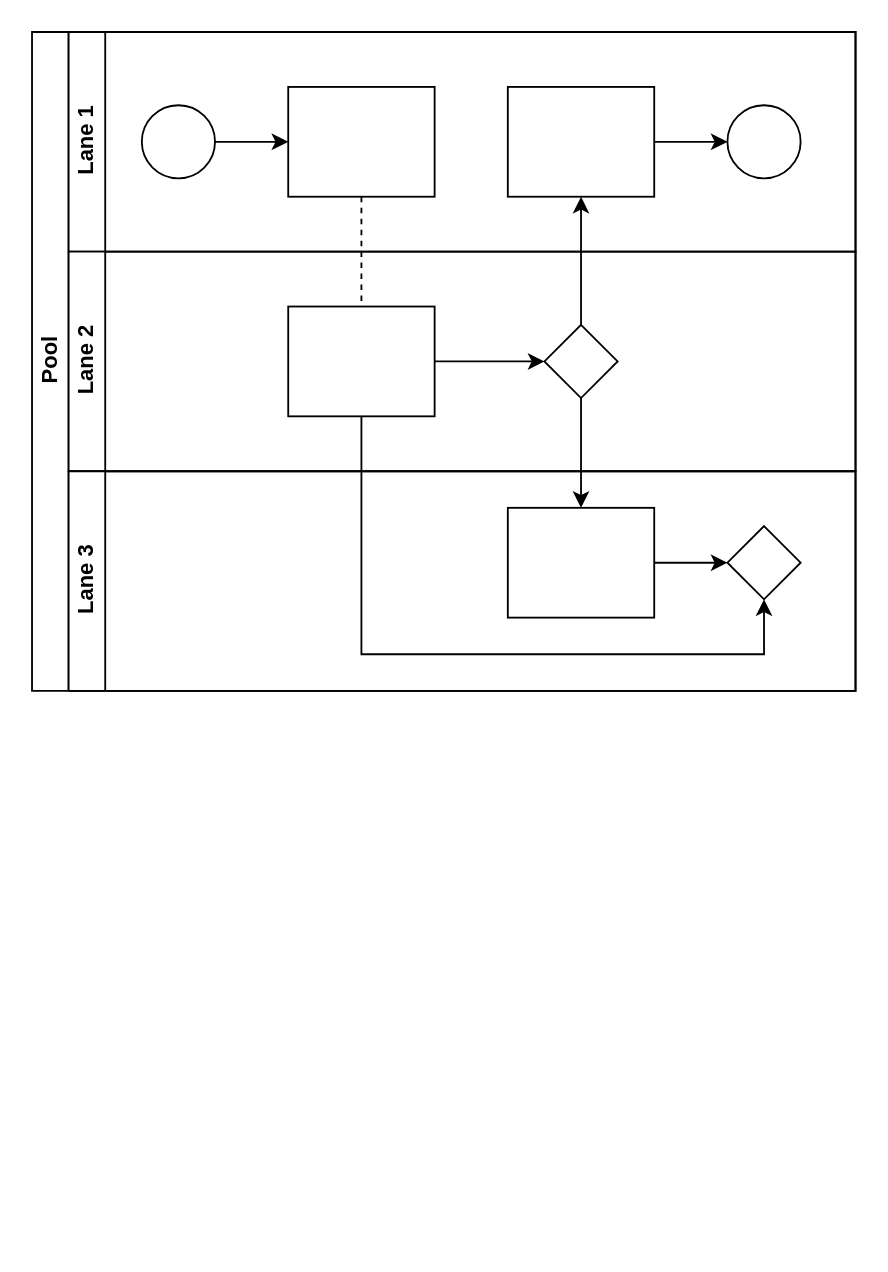
The draw.io diagram 评论回复 RPA.drawio in Lumiaqian/diagram, before the edit. Source tidied: cells renumbered, new cells numbered last; positions are measured from the earlier drawing's top-left corner, leaving out a move shared by most shapes. Both pictures are drawn from the tidied source at 183%, with x=0, y=0 at pixel (31, 31).
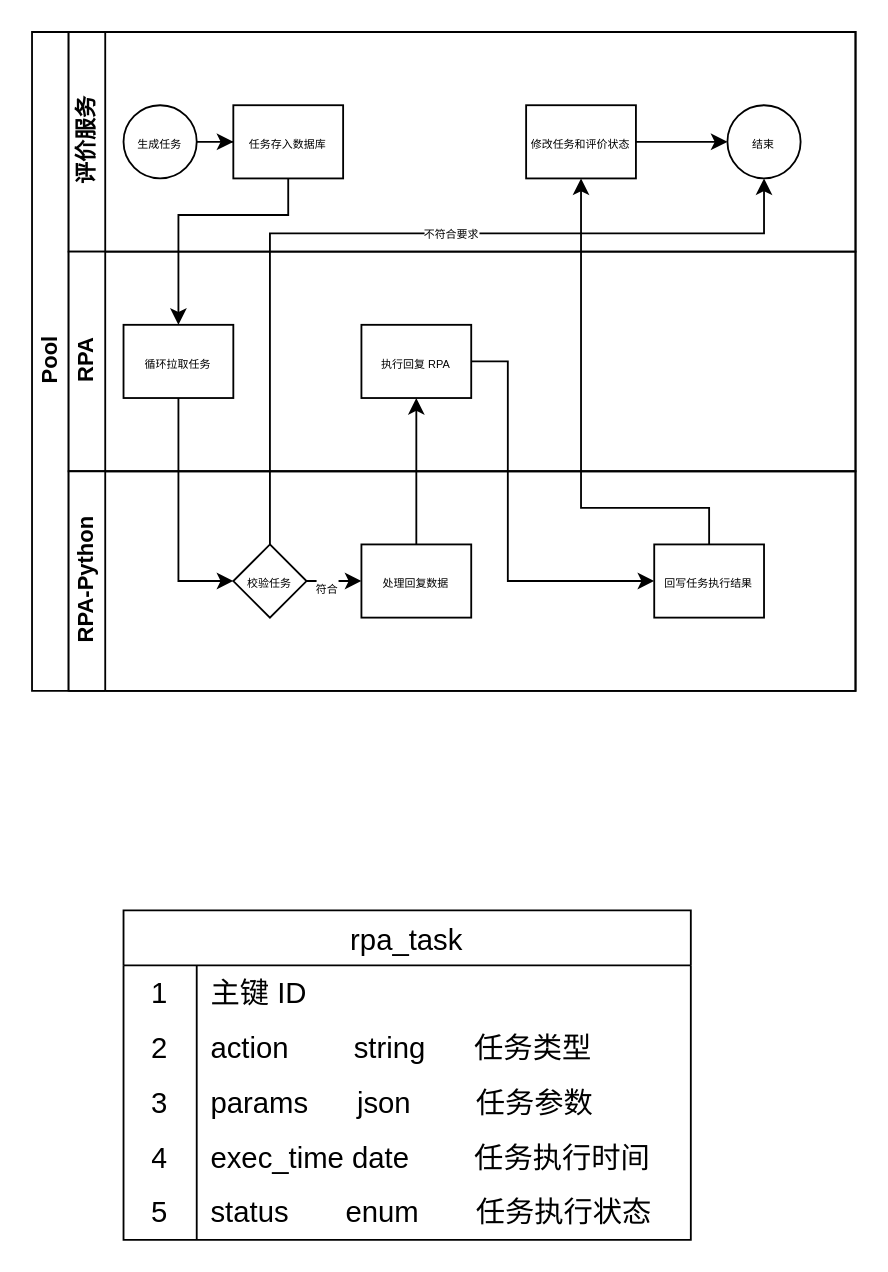
The same diagram, later.

Commit message:
更新评论回复 RPA.drawio

The change refers to these unchanged cells:
```xml
<mxCell id="2" value="Pool" style="swimlane;html=1;horizontal=0;startSize=20;" parent="1" vertex="1">
  <mxGeometry width="450" height="360" as="geometry" />
</mxCell>
```

The edit, as a diff of the source:
```diff
@@
-    <mxCell id="3" style="edgeStyle=orthogonalEdgeStyle;rounded=0;jettySize=auto;html=1;dashed=1;endArrow=none;endFill=0;" parent="2" edge="1" source="10" target="16">
-      <mxGeometry relative="1" as="geometry" />
-    </mxCell>
-    <mxCell id="4" style="edgeStyle=orthogonalEdgeStyle;rounded=0;jettySize=auto;html=1;endArrow=classic;endFill=1;" parent="2" edge="1" source="17" target="12">
-      <mxGeometry relative="1" as="geometry" />
-    </mxCell>
-    <mxCell id="5" style="edgeStyle=orthogonalEdgeStyle;rounded=0;jettySize=auto;html=1;endArrow=classic;endFill=1;" parent="2" edge="1" source="17" target="20">
-      <mxGeometry relative="1" as="geometry" />
-    </mxCell>
-    <mxCell id="6" style="edgeStyle=orthogonalEdgeStyle;rounded=0;jettySize=auto;html=1;endArrow=classic;endFill=1;" parent="2" edge="1" source="16" target="21">
-      <mxGeometry relative="1" as="geometry">
-        <Array as="points">
-          <mxPoint x="180" y="340" />
-          <mxPoint x="400" y="340" />
-        </Array>
-      </mxGeometry>
-    </mxCell>
-    <mxCell id="7" value="Lane 1" style="swimlane;html=1;startSize=20;horizontal=0;" parent="2" vertex="1">
+    <mxCell id="7" value="评价服务" style="swimlane;html=1;startSize=20;horizontal=0;" parent="2" vertex="1">
       <mxGeometry x="20" width="430" height="120" as="geometry" />
     </mxCell>
@@
-    <mxCell id="9" style="ellipse;whiteSpace=wrap;html=1;" parent="7" vertex="1">
-      <mxGeometry x="40" y="40" width="40" height="40" as="geometry" />
+    <mxCell id="9" value="&lt;font style=&quot;font-size: 6px;&quot;&gt;生成任务&lt;/font&gt;" style="ellipse;whiteSpace=wrap;html=1;" parent="7" vertex="1">
+      <mxGeometry x="30" y="40" width="40" height="40" as="geometry" />
     </mxCell>
-    <mxCell id="10" style="rounded=0;whiteSpace=wrap;html=1;fontFamily=Helvetica;fontSize=12;fontColor=#000000;align=center;" parent="7" vertex="1">
-      <mxGeometry x="120" y="30" width="80" height="60" as="geometry" />
+    <mxCell id="10" value="&lt;font style=&quot;font-size: 6px;&quot;&gt;任务存入数据库&lt;/font&gt;" style="rounded=0;whiteSpace=wrap;html=1;fontFamily=Helvetica;fontSize=12;fontColor=#000000;align=center;" parent="7" vertex="1">
+      <mxGeometry x="90" y="40" width="60" height="40" as="geometry" />
     </mxCell>
@@
-    <mxCell id="12" style="rounded=0;whiteSpace=wrap;html=1;fontFamily=Helvetica;fontSize=12;fontColor=#000000;align=center;" parent="7" vertex="1">
-      <mxGeometry x="240" y="30" width="80" height="60" as="geometry" />
+    <mxCell id="12" value="&lt;font style=&quot;font-size: 6px;&quot;&gt;修改任务和评价状态&lt;/font&gt;" style="rounded=0;whiteSpace=wrap;html=1;fontFamily=Helvetica;fontSize=12;fontColor=#000000;align=center;" parent="7" vertex="1">
+      <mxGeometry x="250" y="40" width="60" height="40" as="geometry" />
     </mxCell>
-    <mxCell id="13" style="ellipse;whiteSpace=wrap;html=1;" parent="7" vertex="1">
+    <mxCell id="13" value="&lt;font style=&quot;font-size: 6px;&quot;&gt;结束&lt;/font&gt;" style="ellipse;whiteSpace=wrap;html=1;" parent="7" vertex="1">
       <mxGeometry x="360" y="40" width="40" height="40" as="geometry" />
     </mxCell>
-    <mxCell id="14" value="Lane 2" style="swimlane;html=1;startSize=20;horizontal=0;" parent="2" vertex="1">
+    <mxCell id="14" value="RPA" style="swimlane;html=1;startSize=20;horizontal=0;" parent="2" vertex="1">
       <mxGeometry x="20" y="120" width="430" height="120" as="geometry" />
     </mxCell>
+    <mxCell id="16" value="&lt;font style=&quot;font-size: 6px;&quot;&gt;循环拉取任务&lt;/font&gt;" style="rounded=0;whiteSpace=wrap;html=1;fontFamily=Helvetica;fontSize=12;fontColor=#000000;align=center;" parent="14" vertex="1">
+      <mxGeometry x="30" y="40" width="60" height="40" as="geometry" />
+    </mxCell>
+    <mxCell id="20" value="&lt;font style=&quot;font-size: 6px;&quot;&gt;执行回复 RPA&lt;/font&gt;" style="rounded=0;whiteSpace=wrap;html=1;fontFamily=Helvetica;fontSize=12;fontColor=#000000;align=center;" parent="14" vertex="1">
+      <mxGeometry x="160" y="40" width="60" height="40" as="geometry" />
+    </mxCell>
+    <mxCell id="18" value="RPA-Python" style="swimlane;html=1;startSize=20;horizontal=0;" parent="2" vertex="1">
+      <mxGeometry x="20" y="240" width="430" height="120" as="geometry" />
+    </mxCell>
+    <mxCell id="17" value="&lt;font style=&quot;font-size: 6px;&quot;&gt;校验任务&lt;/font&gt;" style="rhombus;whiteSpace=wrap;html=1;fontFamily=Helvetica;fontSize=12;fontColor=#000000;align=center;" parent="18" vertex="1">
+      <mxGeometry x="90" y="40" width="40" height="40" as="geometry" />
+    </mxCell>
+    <mxCell id="22" value="&lt;font style=&quot;font-size: 6px;&quot;&gt;处理回复数据&lt;/font&gt;" style="rounded=0;whiteSpace=wrap;html=1;fontFamily=Helvetica;fontSize=12;fontColor=#000000;align=center;" parent="18" vertex="1">
+      <mxGeometry x="160" y="40" width="60" height="40" as="geometry" />
+    </mxCell>
+    <mxCell id="23" style="endArrow=classic;html=1;rounded=0;exitX=1;exitY=0.5;exitDx=0;exitDy=0;entryX=0;entryY=0.5;entryDx=0;entryDy=0;" parent="18" edge="1" source="17" target="22">
+      <mxGeometry relative="1" as="geometry" />
+    </mxCell>
+    <mxCell id="24" value="&lt;font style=&quot;font-size: 6px;&quot;&gt;符合&lt;/font&gt;" style="edgeLabel;html=1;align=center;verticalAlign=middle;" parent="23" vertex="1">
+      <mxGeometry x="-0.33" y="-2" relative="1" as="geometry" />
+    </mxCell>
+    <mxCell id="25" value="&lt;font style=&quot;font-size: 6px;&quot;&gt;回写任务执行结果&lt;/font&gt;" style="rounded=0;whiteSpace=wrap;html=1;fontFamily=Helvetica;fontSize=12;fontColor=#000000;align=center;" parent="18" vertex="1">
+      <mxGeometry x="320" y="40" width="60" height="40" as="geometry" />
+    </mxCell>
+    <mxCell id="3" style="endArrow=classic;html=1;rounded=0;exitX=0.5;exitY=1;exitDx=0;exitDy=0;entryX=0.5;entryY=0;entryDx=0;entryDy=0;" parent="2" edge="1" source="10" target="16">
+      <mxGeometry relative="1" as="geometry">
+        <Array as="points">
+          <mxPoint x="140" y="100" />
+          <mxPoint x="80" y="100" />
+        </Array>
+      </mxGeometry>
+    </mxCell>
-    <mxCell id="15" style="edgeStyle=orthogonalEdgeStyle;rounded=0;jettySize=auto;html=1;endArrow=classic;endFill=1;" parent="14" edge="1" source="16" target="17">
-      <mxGeometry relative="1" as="geometry" />
+    <mxCell id="15" style="endArrow=classic;html=1;rounded=0;exitX=0.5;exitY=1;exitDx=0;exitDy=0;entryX=0;entryY=0.5;entryDx=0;entryDy=0;" parent="2" edge="1" source="16" target="17">
+      <mxGeometry relative="1" as="geometry">
+        <Array as="points">
+          <mxPoint x="80" y="300" />
+        </Array>
+      </mxGeometry>
     </mxCell>
-    <mxCell id="16" style="rounded=0;whiteSpace=wrap;html=1;fontFamily=Helvetica;fontSize=12;fontColor=#000000;align=center;" parent="14" vertex="1">
-      <mxGeometry x="120" y="30" width="80" height="60" as="geometry" />
-    </mxCell>
-    <mxCell id="17" style="rhombus;whiteSpace=wrap;html=1;fontFamily=Helvetica;fontSize=12;fontColor=#000000;align=center;" parent="14" vertex="1">
-      <mxGeometry x="260" y="40" width="40" height="40" as="geometry" />
-    </mxCell>
-    <mxCell id="18" value="Lane 3" style="swimlane;html=1;startSize=20;horizontal=0;" parent="2" vertex="1">
-      <mxGeometry x="20" y="240" width="430" height="120" as="geometry" />
-    </mxCell>
-    <mxCell id="19" style="edgeStyle=orthogonalEdgeStyle;rounded=0;jettySize=auto;html=1;endArrow=classic;endFill=1;" parent="18" edge="1" source="20" target="21">
-      <mxGeometry relative="1" as="geometry" />
-    </mxCell>
-    <mxCell id="20" style="rounded=0;whiteSpace=wrap;html=1;fontFamily=Helvetica;fontSize=12;fontColor=#000000;align=center;" parent="18" vertex="1">
-      <mxGeometry x="240" y="20" width="80" height="60" as="geometry" />
-    </mxCell>
-    <mxCell id="21" style="rhombus;whiteSpace=wrap;html=1;fontFamily=Helvetica;fontSize=12;fontColor=#000000;align=center;" parent="18" vertex="1">
-      <mxGeometry x="360" y="30" width="40" height="40" as="geometry" />
-    </mxCell>
+    <mxCell id="26" style="endArrow=classic;html=1;rounded=0;exitX=0.5;exitY=0;exitDx=0;exitDy=0;entryX=0.5;entryY=1;entryDx=0;entryDy=0;" parent="2" edge="1" source="17" target="13">
+      <mxGeometry relative="1" as="geometry">
+        <Array as="points">
+          <mxPoint x="130" y="110" />
+          <mxPoint x="400" y="110" />
+        </Array>
+      </mxGeometry>
+    </mxCell>
+    <mxCell id="27" value="&lt;font style=&quot;font-size: 6px;&quot;&gt;不符合要求&lt;/font&gt;" style="edgeLabel;html=1;align=center;verticalAlign=middle;" parent="26" vertex="1">
+      <mxGeometry x="0.14" y="2" relative="1" as="geometry" />
+    </mxCell>
+    <mxCell id="28" style="endArrow=classic;html=1;rounded=0;exitX=0.5;exitY=0;exitDx=0;exitDy=0;entryX=0.5;entryY=1;entryDx=0;entryDy=0;" parent="2" edge="1" source="22" target="20">
+      <mxGeometry relative="1" as="geometry" />
+    </mxCell>
+    <mxCell id="29" style="endArrow=classic;html=1;rounded=0;exitX=1;exitY=0.5;exitDx=0;exitDy=0;entryX=0;entryY=0.5;entryDx=0;entryDy=0;" parent="2" edge="1" source="20" target="25">
+      <mxGeometry relative="1" as="geometry">
+        <Array as="points">
+          <mxPoint x="260" y="180" />
+          <mxPoint x="260" y="300" />
+        </Array>
+      </mxGeometry>
+    </mxCell>
+    <mxCell id="30" style="endArrow=classic;html=1;rounded=0;exitX=0.5;exitY=0;exitDx=0;exitDy=0;entryX=0.5;entryY=1;entryDx=0;entryDy=0;" parent="2" edge="1" source="25" target="12">
+      <mxGeometry relative="1" as="geometry">
+        <Array as="points">
+          <mxPoint x="370" y="260" />
+          <mxPoint x="300" y="260" />
+        </Array>
+      </mxGeometry>
+    </mxCell>
+    <mxCell id="31" value="rpa_task" style="shape=table;startSize=30;childLayout=tableLayout;rowLines=0;fontStyle=0;strokeColor=default;fontSize=16;" parent="1" vertex="1">
+      <mxGeometry x="50" y="480" width="310" height="180" as="geometry" />
+    </mxCell>
+    <mxCell id="32" style="shape=tableRow;horizontal=0;startSize=0;swimlaneHead=0;swimlaneBody=0;top=0;left=0;bottom=0;right=0;fillColor=none;strokeColor=inherit;fontSize=16;" parent="31" vertex="1">
+      <mxGeometry y="30" width="310" height="30" as="geometry" />
+    </mxCell>
+    <mxCell id="33" value="1" style="shape=partialRectangle;html=1;whiteSpace=wrap;fillColor=none;top=0;left=0;bottom=0;right=0;overflow=hidden;strokeColor=inherit;fontSize=16;" parent="32" vertex="1">
+      <mxGeometry width="40" height="30" as="geometry" />
+    </mxCell>
+    <mxCell id="34" value="主键 ID" style="shape=partialRectangle;html=1;whiteSpace=wrap;fillColor=none;top=0;left=0;bottom=0;right=0;align=left;spacingLeft=6;overflow=hidden;strokeColor=inherit;fontSize=16;" parent="32" vertex="1">
+      <mxGeometry x="40" width="270" height="30" as="geometry" />
+    </mxCell>
+    <mxCell id="35" style="shape=tableRow;horizontal=0;startSize=0;swimlaneHead=0;swimlaneBody=0;top=0;left=0;bottom=0;right=0;fillColor=none;strokeColor=inherit;fontSize=16;" parent="31" vertex="1">
+      <mxGeometry y="60" width="310" height="30" as="geometry" />
+    </mxCell>
+    <mxCell id="36" value="2" style="shape=partialRectangle;html=1;whiteSpace=wrap;fillColor=none;top=0;left=0;bottom=0;right=0;overflow=hidden;strokeColor=inherit;fontSize=16;" parent="35" vertex="1">
+      <mxGeometry width="40" height="30" as="geometry" />
+    </mxCell>
+    <mxCell id="37" value="action&amp;nbsp; &amp;nbsp; &amp;nbsp; &amp;nbsp; string&amp;nbsp; &amp;nbsp; &amp;nbsp; 任务类型" style="shape=partialRectangle;html=1;whiteSpace=wrap;fillColor=none;top=0;left=0;bottom=0;right=0;align=left;spacingLeft=6;overflow=hidden;strokeColor=inherit;fontSize=16;" parent="35" vertex="1">
+      <mxGeometry x="40" width="270" height="30" as="geometry" />
+    </mxCell>
+    <mxCell id="38" style="shape=tableRow;horizontal=0;startSize=0;swimlaneHead=0;swimlaneBody=0;top=0;left=0;bottom=0;right=0;fillColor=none;strokeColor=inherit;fontSize=16;" parent="31" vertex="1">
+      <mxGeometry y="90" width="310" height="30" as="geometry" />
+    </mxCell>
+    <mxCell id="39" value="3" style="shape=partialRectangle;html=1;whiteSpace=wrap;fillColor=none;top=0;left=0;bottom=0;right=0;overflow=hidden;strokeColor=inherit;fontSize=16;" parent="38" vertex="1">
+      <mxGeometry width="40" height="30" as="geometry" />
+    </mxCell>
+    <mxCell id="40" value="params&amp;nbsp; &amp;nbsp; &amp;nbsp; json&amp;nbsp; &amp;nbsp; &amp;nbsp; &amp;nbsp; 任务参数" style="shape=partialRectangle;html=1;whiteSpace=wrap;fillColor=none;top=0;left=0;bottom=0;right=0;align=left;spacingLeft=6;overflow=hidden;strokeColor=inherit;fontSize=16;" parent="38" vertex="1">
+      <mxGeometry x="40" width="270" height="30" as="geometry" />
+    </mxCell>
+    <mxCell id="41" style="shape=tableRow;horizontal=0;startSize=0;swimlaneHead=0;swimlaneBody=0;top=0;left=0;bottom=0;right=0;fillColor=none;strokeColor=inherit;fontSize=16;" parent="31" vertex="1">
+      <mxGeometry y="120" width="310" height="30" as="geometry" />
+    </mxCell>
+    <mxCell id="42" value="4" style="shape=partialRectangle;html=1;whiteSpace=wrap;fillColor=none;top=0;left=0;bottom=0;right=0;overflow=hidden;strokeColor=inherit;fontSize=16;" parent="41" vertex="1">
+      <mxGeometry width="40" height="30" as="geometry" />
+    </mxCell>
+    <mxCell id="43" value="exec_time date&amp;nbsp; &amp;nbsp; &amp;nbsp; &amp;nbsp; 任务执行时间" style="shape=partialRectangle;html=1;whiteSpace=wrap;fillColor=none;top=0;left=0;bottom=0;right=0;align=left;spacingLeft=6;overflow=hidden;strokeColor=inherit;fontSize=16;" parent="41" vertex="1">
+      <mxGeometry x="40" width="270" height="30" as="geometry" />
+    </mxCell>
+    <mxCell id="44" style="shape=tableRow;horizontal=0;startSize=0;swimlaneHead=0;swimlaneBody=0;top=0;left=0;bottom=0;right=0;fillColor=none;strokeColor=inherit;fontSize=16;" parent="31" vertex="1">
+      <mxGeometry y="150" width="310" height="30" as="geometry" />
+    </mxCell>
+    <mxCell id="45" value="5" style="shape=partialRectangle;html=1;whiteSpace=wrap;fillColor=none;top=0;left=0;bottom=0;right=0;overflow=hidden;strokeColor=inherit;fontSize=16;" parent="44" vertex="1">
+      <mxGeometry width="40" height="30" as="geometry" />
+    </mxCell>
+    <mxCell id="46" value="status&amp;nbsp; &amp;nbsp; &amp;nbsp; &amp;nbsp;enum&amp;nbsp; &amp;nbsp; &amp;nbsp; &amp;nbsp;任务执行状态" style="shape=partialRectangle;html=1;whiteSpace=wrap;fillColor=none;top=0;left=0;bottom=0;right=0;align=left;spacingLeft=6;overflow=hidden;strokeColor=inherit;fontSize=16;" parent="44" vertex="1">
+      <mxGeometry x="40" width="270" height="30" as="geometry" />
+    </mxCell>
```
